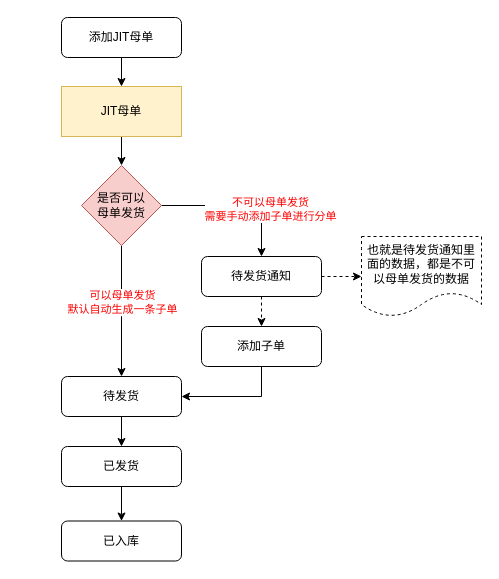
Above: 添加订单业务.drawio in pbm0802/GitIDEATest (draw.io), before the change. Source tidied: cells renumbered, new cells numbered last; positions are measured from the earlier drawing's top-left corner, leaving out a move shared by most shapes. Both pictures are drawn from the tidied source at 100%, with x=0, y=0 at pixel (61, 17).
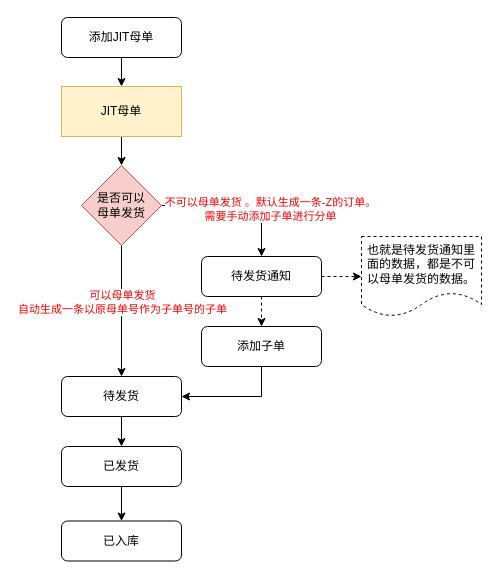
The same diagram, later.

Commit message (it also covers changes not shown here):
更新添加订单业务.drawio

Unchanged cells that the change refers to:
```xml
<mxCell id="6" style="edgeStyle=orthogonalEdgeStyle;rounded=0;jettySize=auto;html=1;exitX=0.5;exitY=1;exitDx=0;exitDy=0;entryX=0.5;entryY=0;entryDx=0;entryDy=0;" parent="1" edge="1" source="10" target="12">
  <mxGeometry relative="1" as="geometry">
    <Array as="points">
      <mxPoint x="60" y="299" />
      <mxPoint x="60" y="299" />
    </Array>
  </mxGeometry>
</mxCell>
<mxCell id="8" style="edgeStyle=orthogonalEdgeStyle;rounded=0;jettySize=auto;html=1;exitX=1;exitY=0.5;exitDx=0;exitDy=0;entryX=0.5;entryY=0;entryDx=0;entryDy=0;" parent="1" edge="1" source="10" target="15">
  <mxGeometry relative="1" as="geometry" />
</mxCell>
```

The edit, as a diff of the source:
```diff
@@
-    <mxCell id="7" value="可以母单发货&lt;br&gt;默认自动生成一条子单" style="edgeLabel;html=1;align=center;verticalAlign=middle;fontColor=#FF0000;" parent="6" vertex="1">
+    <mxCell id="7" value="可以母单发货&lt;br&gt;自动生成一条以原母单号作为子单号的子单" style="edgeLabel;html=1;align=center;verticalAlign=middle;fontColor=#FF0000;" parent="6" vertex="1">
       <mxGeometry x="0.02" y="2" relative="1" as="geometry">
         <mxPoint x="-2" y="-11" as="offset" />
       </mxGeometry>
     </mxCell>
@@
-    <mxCell id="9" value="不可以母单发货&lt;br&gt;需要手动添加子单进行分单" style="edgeLabel;html=1;align=center;verticalAlign=middle;fontColor=#FF0000;" parent="8" vertex="1">
+    <mxCell id="9" value="不可以母单发货 。默认生成一条-Z的订单。&lt;br&gt;需要手动添加子单进行分单" style="edgeLabel;html=1;align=center;verticalAlign=middle;fontColor=#FF0000;" parent="8" vertex="1">
       <mxGeometry x="-0.04" y="1" relative="1" as="geometry">
         <mxPoint x="36" y="4" as="offset" />
       </mxGeometry>
     </mxCell>
@@
-    <mxCell id="21" value="也就是待发货通知里面的数据，都是不可以母单发货的数据" style="shape=document;whiteSpace=wrap;html=1;boundedLbl=1;dashed=1;" parent="1" vertex="1">
+    <mxCell id="21" value="也就是待发货通知里面的数据，都是不可以母单发货的数据。" style="shape=document;whiteSpace=wrap;html=1;boundedLbl=1;dashed=1;" parent="1" vertex="1">
       <mxGeometry x="300" y="219" width="120" height="80" as="geometry" />
     </mxCell>
```
